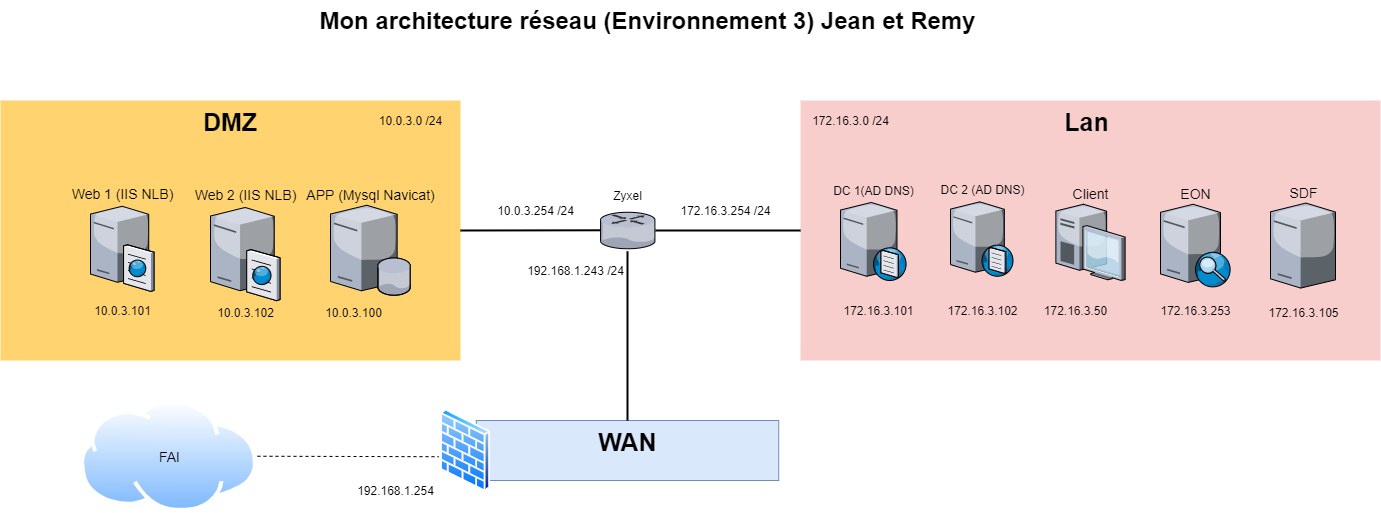
jprex59/testmonsiteinternet keeps this draw.io diagram as images/Visio infra bts 2e année.png. Above is the earlier version. Source tidied: cells renumbered, new cells last; positions are measured from the earlier drawing's top-left corner, leaving out a move shared by most shapes. Source of this version:
```xml
<mxGraphModel>
  <root>
    <mxCell id="0" style="html=1;" />
    <mxCell id="1" style="html=1;" parent="0" />
    <mxCell id="2" value="&lt;font style=&quot;font-size: 25px&quot;&gt;&lt;b&gt;Lan&amp;nbsp;&lt;/b&gt;&lt;/font&gt;" style="whiteSpace=wrap;html=1;fillColor=#f8cecc;fontSize=14;strokeColor=none;verticalAlign=top;" parent="1" vertex="1">
      <mxGeometry x="800" y="100" width="580" height="260" as="geometry" />
    </mxCell>
    <mxCell id="3" value="&lt;font style=&quot;font-size: 25px&quot;&gt;&lt;b&gt;DMZ&lt;/b&gt;&lt;/font&gt;" style="whiteSpace=wrap;html=1;fillColor=#FFD470;gradientColor=none;fontSize=14;strokeColor=none;verticalAlign=top;" parent="1" vertex="1">
      <mxGeometry y="100" width="460" height="260" as="geometry" />
    </mxCell>
    <mxCell id="4" value="Client" style="verticalLabelPosition=top;html=1;verticalAlign=bottom;strokeColor=none;shape=mxgraph.citrix.desktop;fillColor=#66B2FF;gradientColor=#0066CC;fontSize=14;labelPosition=center;align=center;" parent="1" vertex="1">
      <mxGeometry x="1055.4" y="203.8" width="69.2" height="76.2" as="geometry" />
    </mxCell>
    <mxCell id="5" style="edgeStyle=none;rounded=0;html=1;startSize=10;endSize=10;jettySize=auto;fontSize=14;endArrow=none;endFill=0;strokeWidth=2;entryX=0;entryY=0.5;entryDx=0;entryDy=0;" parent="1" edge="1" source="6" target="2">
      <mxGeometry relative="1" as="geometry" />
    </mxCell>
    <mxCell id="6" style="verticalLabelPosition=bottom;html=1;verticalAlign=top;strokeColor=none;shape=mxgraph.citrix.router;fillColor=#66B2FF;gradientColor=#0066CC;fontSize=14;" parent="1" vertex="1">
      <mxGeometry x="600" y="211.8" width="55" height="36.5" as="geometry" />
    </mxCell>
    <mxCell id="7" value="Web 1 (IIS NLB)" style="verticalLabelPosition=top;html=1;verticalAlign=bottom;strokeColor=none;shape=mxgraph.citrix.cache_server;fillColor=#66B2FF;gradientColor=#0066CC;fontSize=14;labelPosition=center;align=center;" parent="1" vertex="1">
      <mxGeometry x="90" y="203.8" width="63.4" height="87" as="geometry" />
    </mxCell>
    <mxCell id="8" value="Mon architecture réseau (Environnement 3) Jean et Remy" style="text;strokeColor=none;fillColor=none;html=1;fontSize=24;fontStyle=1;verticalAlign=middle;align=center;" parent="1" vertex="1">
      <mxGeometry x="216" width="861" height="40" as="geometry" />
    </mxCell>
    <mxCell id="9" value="Zyxel" style="text;html=1;align=center;verticalAlign=middle;" parent="1" vertex="1">
      <mxGeometry x="607" y="184.8" width="40" height="20" as="geometry" />
    </mxCell>
    <mxCell id="10" value="Web 2 (IIS NLB)" style="verticalLabelPosition=top;html=1;verticalAlign=bottom;strokeColor=none;shape=mxgraph.citrix.cache_server;fillColor=#66B2FF;gradientColor=#0066CC;fontSize=14;labelPosition=center;align=center;" parent="1" vertex="1">
      <mxGeometry x="210" y="204.8" width="69.4" height="95.2" as="geometry" />
    </mxCell>
    <mxCell id="11" value="10.0.3.101" style="text;html=1;align=center;verticalAlign=middle;" parent="1" vertex="1">
      <mxGeometry x="86.7" y="300" width="70" height="20" as="geometry" />
    </mxCell>
    <mxCell id="12" value="10.0.3.102" style="text;html=1;align=center;verticalAlign=middle;" parent="1" vertex="1">
      <mxGeometry x="210" y="302.2" width="70" height="20" as="geometry" />
    </mxCell>
    <mxCell id="13" style="edgeStyle=none;rounded=0;html=1;startSize=10;endSize=10;jettySize=auto;fontSize=14;endArrow=none;endFill=0;strokeWidth=2;entryX=1;entryY=0.5;entryDx=0;entryDy=0;exitX=-0.001;exitY=0.494;exitDx=0;exitDy=0;exitPerimeter=0;" parent="1" edge="1" source="6" target="3">
      <mxGeometry relative="1" as="geometry" />
    </mxCell>
    <mxCell id="14" value="10.0.3.254 /24" style="text;html=1;align=center;verticalAlign=middle;" parent="1" vertex="1">
      <mxGeometry x="490" y="199.5" width="90" height="20" as="geometry" />
    </mxCell>
    <mxCell id="15" value="172.16.3.254 /24" style="text;html=1;align=center;verticalAlign=middle;" parent="1" vertex="1">
      <mxGeometry x="670" y="199.5" width="110" height="20" as="geometry" />
    </mxCell>
    <mxCell id="16" value="&lt;font style=&quot;font-size: 25px&quot;&gt;&lt;b&gt;WAN&lt;/b&gt;&lt;/font&gt;" style="whiteSpace=wrap;html=1;fillColor=#dae8fc;fontSize=14;strokeColor=#6c8ebf;verticalAlign=top;" parent="1" vertex="1">
      <mxGeometry x="475.8" y="420" width="302.5" height="60" as="geometry" />
    </mxCell>
    <mxCell id="17" style="edgeStyle=none;rounded=0;html=1;startSize=10;endSize=10;jettySize=auto;fontSize=14;endArrow=none;endFill=0;strokeWidth=2;exitX=0.491;exitY=1.071;exitDx=0;exitDy=0;exitPerimeter=0;" parent="1" edge="1" source="6">
      <mxGeometry relative="1" as="geometry">
        <mxPoint x="627" y="420" as="targetPoint" />
      </mxGeometry>
    </mxCell>
    <mxCell id="18" value="192.168.1.243 /24" style="text;html=1;align=center;verticalAlign=middle;" parent="1" vertex="1">
      <mxGeometry x="520" y="260" width="110" height="20" as="geometry" />
    </mxCell>
    <mxCell id="19" value="10.0.3.0 /24" style="text;html=1;align=center;verticalAlign=middle;" parent="1" vertex="1">
      <mxGeometry x="370" y="110" width="80" height="20" as="geometry" />
    </mxCell>
    <mxCell id="20" value="172.16.3.0 /24" style="text;html=1;align=center;verticalAlign=middle;" parent="1" vertex="1">
      <mxGeometry x="805" y="110" width="90" height="20" as="geometry" />
    </mxCell>
    <mxCell id="21" value="DC 2 (AD DNS)&lt;br&gt;" style="verticalLabelPosition=top;html=1;verticalAlign=bottom;strokeColor=none;align=center;shape=mxgraph.citrix.dns_server;labelPosition=center;" parent="1" vertex="1">
      <mxGeometry x="950" y="199.5" width="63.1" height="76.2" as="geometry" />
    </mxCell>
    <mxCell id="22" value="DC 1(AD DNS)&lt;br&gt;" style="verticalLabelPosition=top;html=1;verticalAlign=bottom;strokeColor=none;align=center;shape=mxgraph.citrix.dns_server;labelPosition=center;" parent="1" vertex="1">
      <mxGeometry x="840" y="200" width="66.2" height="80" as="geometry" />
    </mxCell>
    <mxCell id="23" value="172.16.3.101" style="text;html=1;align=center;verticalAlign=middle;" parent="1" vertex="1">
      <mxGeometry x="833.2" y="300" width="90" height="20" as="geometry" />
    </mxCell>
    <mxCell id="24" value="172.16.3.102" style="text;html=1;align=center;verticalAlign=middle;" parent="1" vertex="1">
      <mxGeometry x="936.5" y="300" width="90" height="20" as="geometry" />
    </mxCell>
    <mxCell id="25" value="172.16.3.50" style="text;html=1;align=center;verticalAlign=middle;" parent="1" vertex="1">
      <mxGeometry x="1034.6" y="300" width="80" height="20" as="geometry" />
    </mxCell>
    <mxCell id="26" style="perimeter=ellipsePerimeter;html=1;align=center;shadow=0;dashed=0;spacingTop=3;image;image=img/lib/active_directory/firewall.svg;" parent="1" vertex="1">
      <mxGeometry x="439.5" y="408.6" width="50.5" height="82.8" as="geometry" />
    </mxCell>
    <mxCell id="27" style="endArrow=none;dashed=1;html=1;entryX=-0.025;entryY=0.575;entryDx=0;entryDy=0;entryPerimeter=0;exitX=1;exitY=0.5;exitDx=0;exitDy=0;" parent="1" edge="1" source="28" target="26">
      <mxGeometry relative="1" as="geometry" />
    </mxCell>
    <mxCell id="28" style="perimeter=ellipsePerimeter;html=1;align=center;shadow=0;dashed=0;spacingTop=3;image;image=img/lib/active_directory/internet_cloud.svg;" parent="1" vertex="1">
      <mxGeometry x="80" y="400" width="177" height="111.5" as="geometry" />
    </mxCell>
    <mxCell id="29" value="APP (Mysql Navicat)" style="verticalLabelPosition=top;html=1;verticalAlign=bottom;strokeColor=none;align=center;shape=mxgraph.citrix.database_server;labelPosition=center;fontSize=14;" parent="1" vertex="1">
      <mxGeometry x="330" y="204.8" width="80" height="90" as="geometry" />
    </mxCell>
    <mxCell id="30" value="10.0.3.100" style="text;html=1;align=center;verticalAlign=middle;" parent="1" vertex="1">
      <mxGeometry x="317.5" y="302.2" width="70" height="20" as="geometry" />
    </mxCell>
    <mxCell id="31" value="EON" style="verticalLabelPosition=top;html=1;verticalAlign=bottom;strokeColor=none;align=center;shape=mxgraph.citrix.edgesight_server;fontSize=14;labelPosition=center;" parent="1" vertex="1">
      <mxGeometry x="1160" y="203.8" width="70.2" height="82.6" as="geometry" />
    </mxCell>
    <mxCell id="32" value="172.16.3.253" style="text;html=1;align=center;verticalAlign=middle;" parent="1" vertex="1">
      <mxGeometry x="1150.1" y="300" width="90" height="20" as="geometry" />
    </mxCell>
    <mxCell id="33" value="SDF" style="verticalLabelPosition=top;html=1;verticalAlign=bottom;strokeColor=none;align=center;shape=mxgraph.citrix.license_server;fontSize=14;labelPosition=center;" parent="1" vertex="1">
      <mxGeometry x="1270" y="202.6" width="65" height="85" as="geometry" />
    </mxCell>
    <mxCell id="34" value="172.16.3.105" style="text;html=1;align=center;verticalAlign=middle;" parent="1" vertex="1">
      <mxGeometry x="1257.5" y="302.2" width="90" height="20" as="geometry" />
    </mxCell>
    <mxCell id="35" value="192.168.1.254" style="text;html=1;align=center;verticalAlign=middle;" parent="1" vertex="1">
      <mxGeometry x="349.5" y="480" width="90" height="20" as="geometry" />
    </mxCell>
    <mxCell id="36" value="FAI" style="text;html=1;align=center;verticalAlign=middle;fontSize=14;" parent="1" vertex="1">
      <mxGeometry x="148.5" y="445.8" width="40" height="20" as="geometry" />
    </mxCell>
  </root>
</mxGraphModel>
```
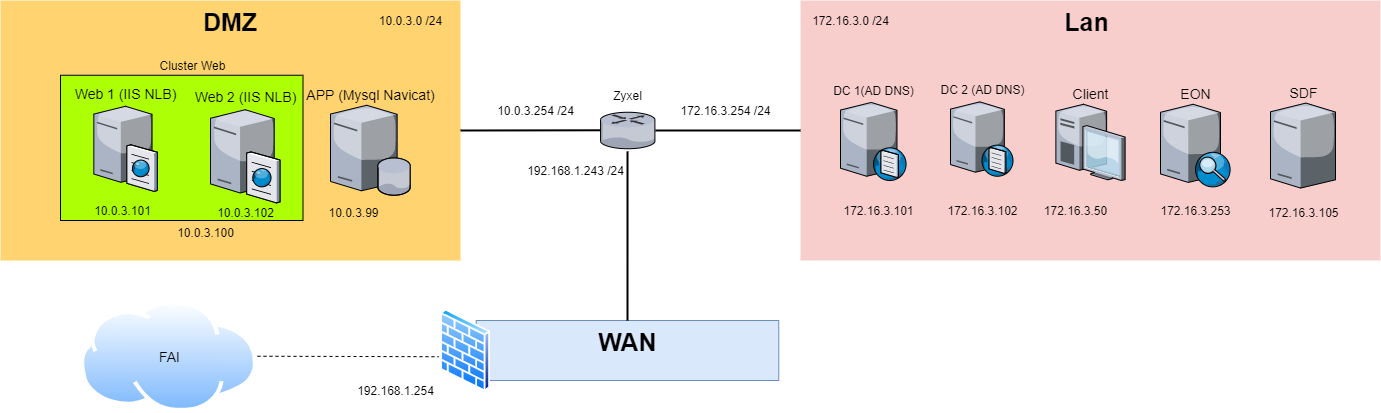
After the commit.

Change to the diagram source:
```diff
@@ -2,12 +2,15 @@
   <root>
     <mxCell id="0" style="html=1;" />
     <mxCell id="1" style="html=1;" parent="0" />
+    <mxCell id="3" value="&lt;font style=&quot;font-size: 25px&quot;&gt;&lt;b&gt;DMZ&lt;/b&gt;&lt;/font&gt;" style="whiteSpace=wrap;html=1;fillColor=#FFD470;gradientColor=none;fontSize=14;strokeColor=none;verticalAlign=top;" parent="1" vertex="1">
+      <mxGeometry y="100" width="460" height="260" as="geometry" />
+    </mxCell>
+    <mxCell id="37" style="rounded=0;whiteSpace=wrap;html=1;fillColor=#ACFF05;" parent="1" vertex="1">
+      <mxGeometry x="60" y="174.8" width="242.5" height="145.2" as="geometry" />
+    </mxCell>
     <mxCell id="2" value="&lt;font style=&quot;font-size: 25px&quot;&gt;&lt;b&gt;Lan&amp;nbsp;&lt;/b&gt;&lt;/font&gt;" style="whiteSpace=wrap;html=1;fillColor=#f8cecc;fontSize=14;strokeColor=none;verticalAlign=top;" parent="1" vertex="1">
       <mxGeometry x="800" y="100" width="580" height="260" as="geometry" />
     </mxCell>
-    <mxCell id="3" value="&lt;font style=&quot;font-size: 25px&quot;&gt;&lt;b&gt;DMZ&lt;/b&gt;&lt;/font&gt;" style="whiteSpace=wrap;html=1;fillColor=#FFD470;gradientColor=none;fontSize=14;strokeColor=none;verticalAlign=top;" parent="1" vertex="1">
-      <mxGeometry y="100" width="460" height="260" as="geometry" />
-    </mxCell>
     <mxCell id="4" value="Client" style="verticalLabelPosition=top;html=1;verticalAlign=bottom;strokeColor=none;shape=mxgraph.citrix.desktop;fillColor=#66B2FF;gradientColor=#0066CC;fontSize=14;labelPosition=center;align=center;" parent="1" vertex="1">
       <mxGeometry x="1055.4" y="203.8" width="69.2" height="76.2" as="geometry" />
     </mxCell>
@@ -18,16 +21,13 @@
       <mxGeometry x="600" y="211.8" width="55" height="36.5" as="geometry" />
     </mxCell>
     <mxCell id="7" value="Web 1 (IIS NLB)" style="verticalLabelPosition=top;html=1;verticalAlign=bottom;strokeColor=none;shape=mxgraph.citrix.cache_server;fillColor=#66B2FF;gradientColor=#0066CC;fontSize=14;labelPosition=center;align=center;" parent="1" vertex="1">
-      <mxGeometry x="90" y="203.8" width="63.4" height="87" as="geometry" />
+      <mxGeometry x="93.3" y="203.8" width="63.4" height="87" as="geometry" />
     </mxCell>
-    <mxCell id="8" value="Mon architecture réseau (Environnement 3) Jean et Remy" style="text;strokeColor=none;fillColor=none;html=1;fontSize=24;fontStyle=1;verticalAlign=middle;align=center;" parent="1" vertex="1">
-      <mxGeometry x="216" width="861" height="40" as="geometry" />
-    </mxCell>
     <mxCell id="9" value="Zyxel" style="text;html=1;align=center;verticalAlign=middle;" parent="1" vertex="1">
       <mxGeometry x="607" y="184.8" width="40" height="20" as="geometry" />
     </mxCell>
     <mxCell id="10" value="Web 2 (IIS NLB)" style="verticalLabelPosition=top;html=1;verticalAlign=bottom;strokeColor=none;shape=mxgraph.citrix.cache_server;fillColor=#66B2FF;gradientColor=#0066CC;fontSize=14;labelPosition=center;align=center;" parent="1" vertex="1">
-      <mxGeometry x="210" y="204.8" width="69.4" height="95.2" as="geometry" />
+      <mxGeometry x="210" y="207" width="69.4" height="95.2" as="geometry" />
     </mxCell>
     <mxCell id="11" value="10.0.3.101" style="text;html=1;align=center;verticalAlign=middle;" parent="1" vertex="1">
       <mxGeometry x="86.7" y="300" width="70" height="20" as="geometry" />
@@ -88,7 +88,7 @@
     <mxCell id="29" value="APP (Mysql Navicat)" style="verticalLabelPosition=top;html=1;verticalAlign=bottom;strokeColor=none;align=center;shape=mxgraph.citrix.database_server;labelPosition=center;fontSize=14;" parent="1" vertex="1">
       <mxGeometry x="330" y="204.8" width="80" height="90" as="geometry" />
     </mxCell>
-    <mxCell id="30" value="10.0.3.100" style="text;html=1;align=center;verticalAlign=middle;" parent="1" vertex="1">
+    <mxCell id="30" value="10.0.3.99" style="text;html=1;align=center;verticalAlign=middle;" parent="1" vertex="1">
       <mxGeometry x="317.5" y="302.2" width="70" height="20" as="geometry" />
     </mxCell>
     <mxCell id="31" value="EON" style="verticalLabelPosition=top;html=1;verticalAlign=bottom;strokeColor=none;align=center;shape=mxgraph.citrix.edgesight_server;fontSize=14;labelPosition=center;" parent="1" vertex="1">
@@ -109,5 +109,11 @@
     <mxCell id="36" value="FAI" style="text;html=1;align=center;verticalAlign=middle;fontSize=14;" parent="1" vertex="1">
       <mxGeometry x="148.5" y="445.8" width="40" height="20" as="geometry" />
     </mxCell>
+    <mxCell id="38" value="10.0.3.100" style="text;html=1;align=center;verticalAlign=middle;" parent="1" vertex="1">
+      <mxGeometry x="170" y="322.2" width="70" height="20" as="geometry" />
+    </mxCell>
+    <mxCell id="39" value="Cluster Web" style="text;html=1;align=center;verticalAlign=middle;" parent="1" vertex="1">
+      <mxGeometry x="151.7" y="154.8" width="80" height="20" as="geometry" />
+    </mxCell>
   </root>
 </mxGraphModel>
```
